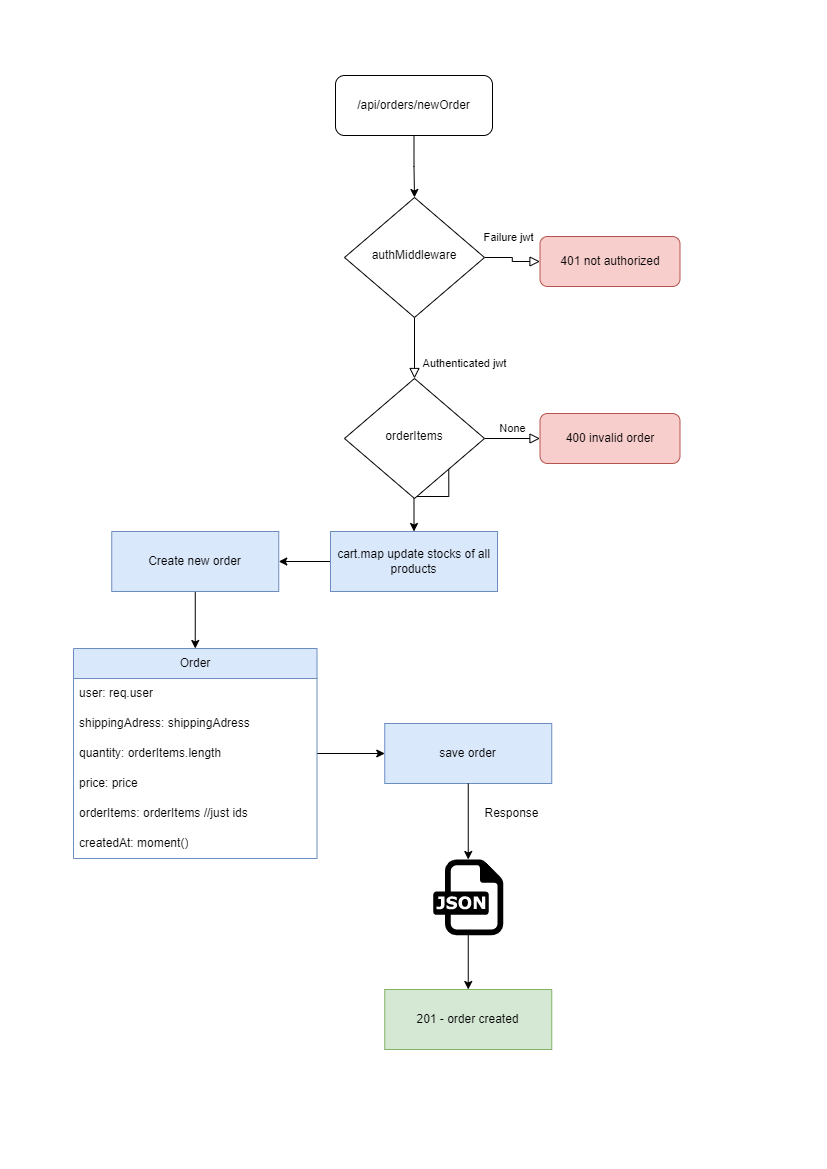
The draw.io diagram server/createOrder flowchart.drawio.png in santiagomanso/ZombieMarkt, before a commit. Source tidied: cells renumbered, new cells last; positions are measured from the earlier drawing's top-left corner, leaving out a move shared by most shapes.
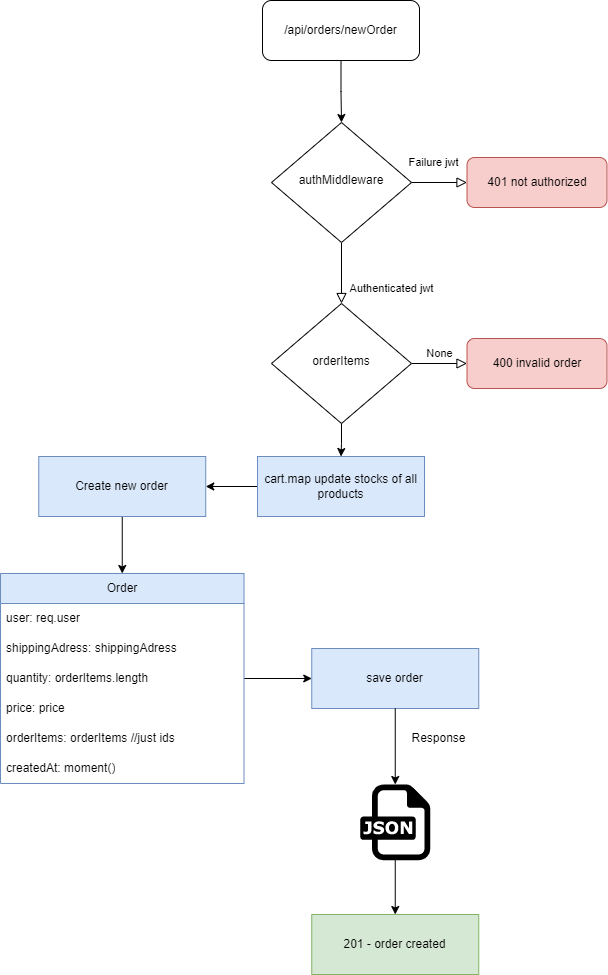
The same diagram one commit later.

The edit, as a diff of the source:
```diff
@@ -18,16 +18,11 @@
       <mxGeometry x="271" y="122" width="140" height="120" as="geometry" />
     </mxCell>
     <mxCell id="7" value="401 not authorized" style="rounded=1;whiteSpace=wrap;html=1;fontSize=12;glass=0;strokeWidth=1;shadow=0;fillColor=#f8cecc;strokeColor=#b85450;" parent="1" vertex="1">
-      <mxGeometry x="466.5" y="161" width="140" height="50" as="geometry" />
+      <mxGeometry x="466.5" y="157" width="140" height="50" as="geometry" />
     </mxCell>
     <mxCell id="8" value="None" style="edgeStyle=orthogonalEdgeStyle;rounded=0;html=1;jettySize=auto;fontSize=11;endArrow=block;endFill=0;endSize=8;strokeWidth=1;shadow=0;labelBackgroundColor=none;entryX=0;entryY=0.5;entryDx=0;entryDy=0;exitX=1;exitY=0.5;exitDx=0;exitDy=0;" parent="1" edge="1" source="26" target="10">
       <mxGeometry y="10" relative="1" as="geometry" />
     </mxCell>
-    <mxCell id="9" style="edgeStyle=orthogonalEdgeStyle;rounded=0;jettySize=auto;html=1;exitX=0.5;exitY=1;exitDx=0;exitDy=0;" parent="1" edge="1" target="25">
-      <mxGeometry relative="1" as="geometry">
-        <mxPoint x="375.2" y="386" as="sourcePoint" />
-      </mxGeometry>
-    </mxCell>
     <mxCell id="10" value="400 invalid order" style="rounded=1;whiteSpace=wrap;html=1;fontSize=12;glass=0;strokeWidth=1;shadow=0;fillColor=#f8cecc;strokeColor=#b85450;" parent="1" vertex="1">
       <mxGeometry x="466.5" y="338" width="140" height="50" as="geometry" />
     </mxCell>
@@ -76,6 +71,9 @@
     <mxCell id="25" value="cart.map update stocks of all products" style="whiteSpace=wrap;html=1;fillColor=#dae8fc;strokeColor=#6c8ebf;" parent="1" vertex="1">
       <mxGeometry x="257" y="456" width="167" height="60" as="geometry" />
     </mxCell>
+    <mxCell id="30" style="edgeStyle=orthogonalEdgeStyle;rounded=0;jettySize=auto;html=1;" parent="1" edge="1" source="26" target="25">
+      <mxGeometry relative="1" as="geometry" />
+    </mxCell>
     <mxCell id="26" value="orderItems" style="rhombus;whiteSpace=wrap;html=1;shadow=0;fontFamily=Helvetica;fontSize=12;align=center;strokeWidth=1;spacing=6;spacingTop=-4;" parent="1" vertex="1">
       <mxGeometry x="271" y="303" width="140" height="120" as="geometry" />
     </mxCell>
```
